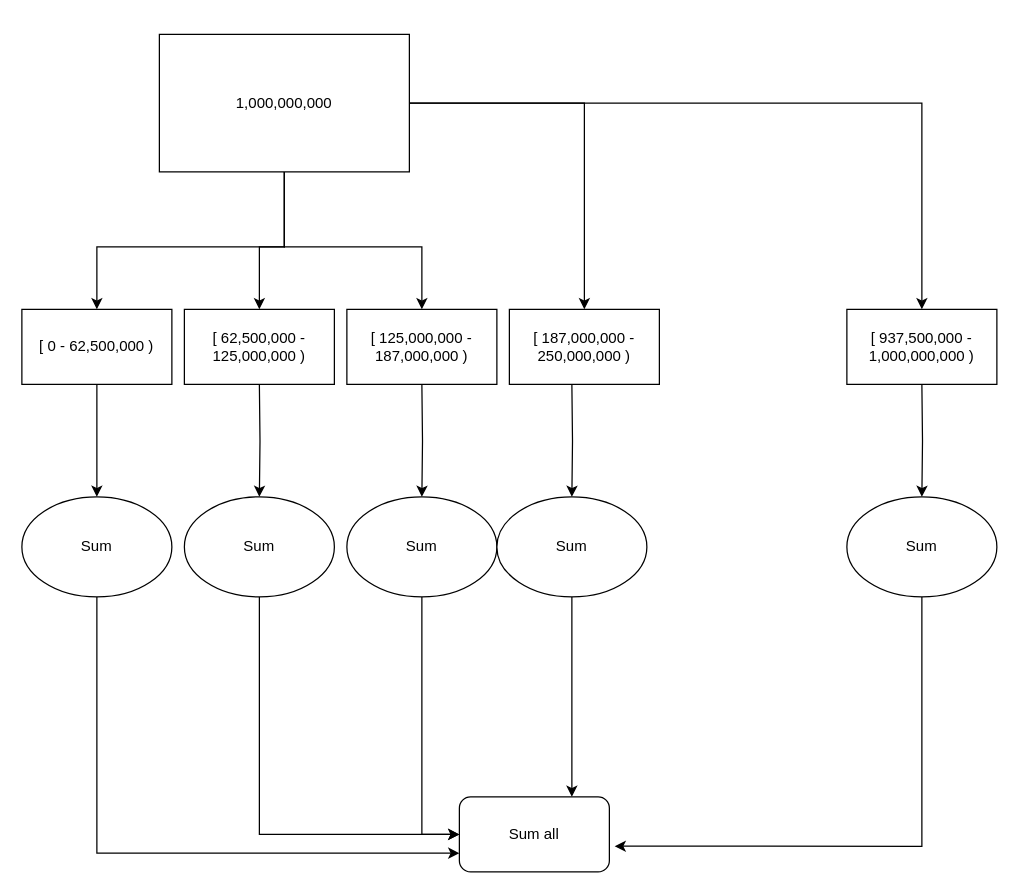
Above: ThreadInCS/CaseStudy/diagram.drawio in Abdulhakim-Maha/CS (draw.io), before the change. Source tidied: cells renumbered, new cells numbered last; positions are measured from the earlier drawing's top-left corner, leaving out a move shared by most shapes. Both pictures are drawn from the tidied source at 125%, with x=0, y=0 at pixel (21, 34).
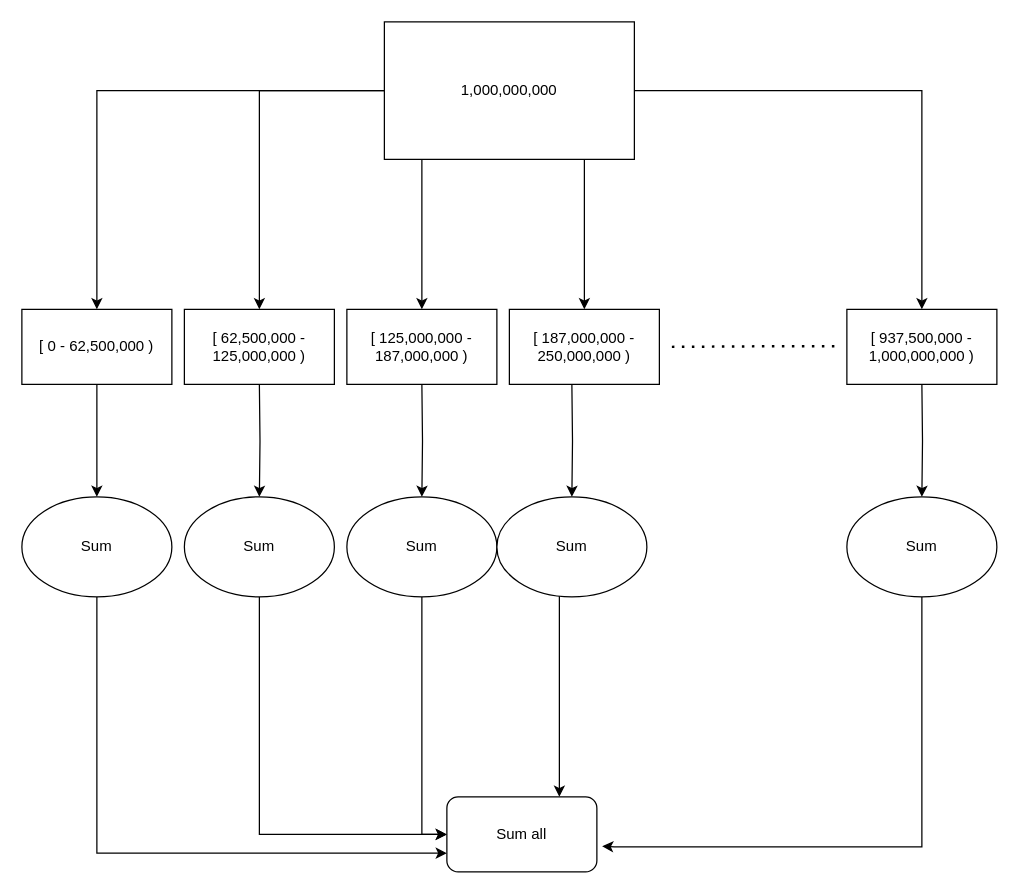
Above is the later version.

The change refers to these unchanged cells:
```xml
<mxCell id="8" value="[ 125,000,000 - 187,000,000 )" style="rounded=0;whiteSpace=wrap;html=1;" parent="1" vertex="1">
  <mxGeometry x="260" y="220" width="120" height="60" as="geometry" />
</mxCell>
<mxCell id="10" value="[ 0 - 62,500,000 )" style="rounded=0;whiteSpace=wrap;html=1;" parent="1" vertex="1">
  <mxGeometry y="220" width="120" height="60" as="geometry" />
</mxCell>
<mxCell id="11" value="[ 62,500,000 - 125,000,000 )" style="rounded=0;whiteSpace=wrap;html=1;" parent="1" vertex="1">
  <mxGeometry x="130" y="220" width="120" height="60" as="geometry" />
</mxCell>
<mxCell id="12" value="[ 187,000,000 - 250,000,000 )" style="rounded=0;whiteSpace=wrap;html=1;" parent="1" vertex="1">
  <mxGeometry x="390" y="220" width="120" height="60" as="geometry" />
</mxCell>
<mxCell id="21" value="Sum" style="ellipse;whiteSpace=wrap;html=1;" parent="1" vertex="1">
  <mxGeometry x="260" y="370" width="120" height="80" as="geometry" />
</mxCell>
<mxCell id="24" value="Sum" style="ellipse;whiteSpace=wrap;html=1;" parent="1" vertex="1">
  <mxGeometry x="380" y="370" width="120" height="80" as="geometry" />
</mxCell>
```

Change to the diagram source:
```diff
@@
     <mxCell id="2" style="edgeStyle=orthogonalEdgeStyle;rounded=0;jettySize=auto;html=1;" parent="1" edge="1" source="7" target="11">
       <mxGeometry relative="1" as="geometry">
         <Array as="points">
-          <mxPoint x="210" y="170" />
-          <mxPoint x="190" y="170" />
+          <mxPoint x="190" y="45" />
         </Array>
       </mxGeometry>
     </mxCell>
     <mxCell id="3" style="edgeStyle=orthogonalEdgeStyle;rounded=0;jettySize=auto;html=1;" parent="1" edge="1" source="7" target="10">
       <mxGeometry relative="1" as="geometry">
         <Array as="points">
-          <mxPoint x="210" y="170" />
-          <mxPoint x="60" y="170" />
+          <mxPoint x="60" y="45" />
         </Array>
       </mxGeometry>
     </mxCell>
     <mxCell id="4" style="edgeStyle=orthogonalEdgeStyle;rounded=0;jettySize=auto;html=1;" parent="1" edge="1" source="7" target="8">
       <mxGeometry relative="1" as="geometry">
         <Array as="points">
-          <mxPoint x="210" y="170" />
-          <mxPoint x="320" y="170" />
+          <mxPoint x="320" y="140" />
+          <mxPoint x="320" y="140" />
         </Array>
       </mxGeometry>
     </mxCell>
     <mxCell id="5" style="edgeStyle=orthogonalEdgeStyle;rounded=0;jettySize=auto;html=1;" parent="1" edge="1" source="7" target="12">
-      <mxGeometry relative="1" as="geometry" />
+      <mxGeometry relative="1" as="geometry">
+        <Array as="points">
+          <mxPoint x="450" y="140" />
+          <mxPoint x="450" y="140" />
+        </Array>
+      </mxGeometry>
     </mxCell>
@@
     <mxCell id="7" value="1,000,000,000" style="rounded=0;whiteSpace=wrap;html=1;" parent="1" vertex="1">
-      <mxGeometry x="110" width="200" height="110" as="geometry" />
+      <mxGeometry x="290" y="-10" width="200" height="110" as="geometry" />
     </mxCell>
@@
     <mxCell id="20" style="edgeStyle=orthogonalEdgeStyle;rounded=0;jettySize=auto;html=1;entryX=0;entryY=0.5;entryDx=0;entryDy=0;" parent="1" edge="1" source="21" target="28">
-      <mxGeometry relative="1" as="geometry" />
+      <mxGeometry relative="1" as="geometry">
+        <Array as="points">
+          <mxPoint x="320" y="640" />
+        </Array>
+      </mxGeometry>
     </mxCell>
@@
     <mxCell id="23" style="edgeStyle=orthogonalEdgeStyle;rounded=0;jettySize=auto;html=1;entryX=0.75;entryY=0;entryDx=0;entryDy=0;" parent="1" edge="1" source="24" target="28">
-      <mxGeometry relative="1" as="geometry" />
+      <mxGeometry relative="1" as="geometry">
+        <Array as="points">
+          <mxPoint x="430" y="490" />
+          <mxPoint x="430" y="490" />
+        </Array>
+      </mxGeometry>
     </mxCell>
@@
     <mxCell id="28" value="Sum all" style="rounded=1;whiteSpace=wrap;html=1;" parent="1" vertex="1">
-      <mxGeometry x="350" y="610" width="120" height="60" as="geometry" />
+      <mxGeometry x="340" y="610" width="120" height="60" as="geometry" />
     </mxCell>
+    <mxCell id="29" style="endArrow=none;dashed=1;html=1;dashPattern=1 3;strokeWidth=2;rounded=0;" parent="1" edge="1">
+      <mxGeometry relative="1" as="geometry">
+        <mxPoint x="650" y="249.5" as="sourcePoint" />
+        <mxPoint x="520" y="250" as="targetPoint" />
+        <Array as="points">
+          <mxPoint x="600" y="249.5" />
+        </Array>
+      </mxGeometry>
+    </mxCell>
```
